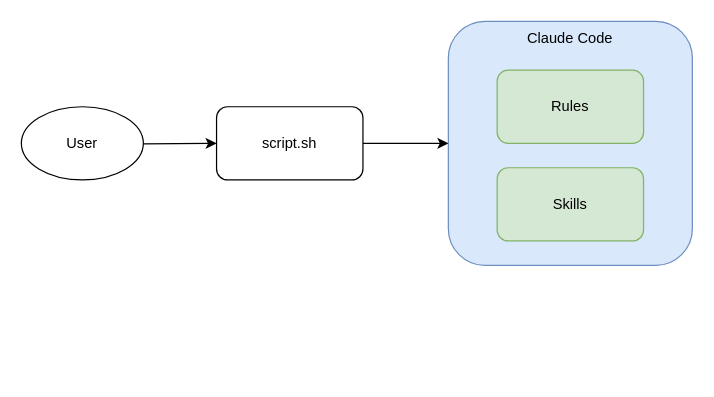
Before: assets/diagrams/diagram.drawio in lezw-1/builder, a draw.io diagram. Source tidied: cells renumbered, new cells numbered last; positions are measured from the earlier drawing's top-left corner, leaving out a move shared by most shapes. Both pictures are drawn from the tidied source at 122%, with x=0, y=0 at pixel (21, 21).
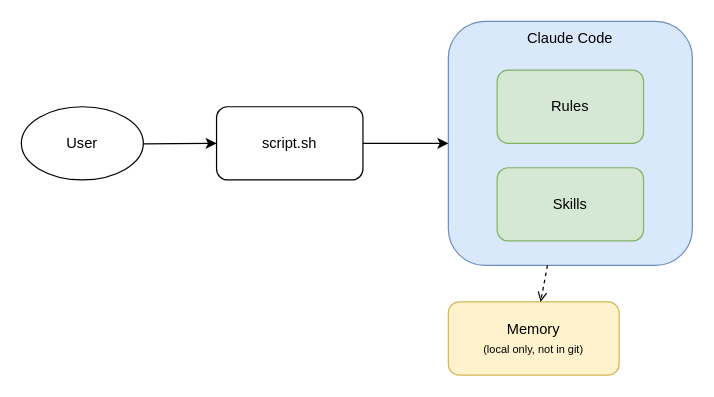
Above is the later version.

Commit message (it also covers changes not shown here):
feat: memory gitignore, diagram update, CI png 200%

Diff of the diagram source:
```diff
@@
 <mxGraphModel>
   <root>
     <mxCell id="0" />
     <mxCell id="1" parent="0" />
     <mxCell id="2" value="User" style="ellipse;whiteSpace=wrap;html=1;" parent="1" vertex="1">
       <mxGeometry y="70" width="100" height="60" as="geometry" />
     </mxCell>
     <mxCell id="3" value="script.sh" style="rounded=1;whiteSpace=wrap;html=1;" parent="1" vertex="1">
       <mxGeometry x="160" y="70" width="120" height="60" as="geometry" />
     </mxCell>
     <mxCell id="4" value="Claude Code" style="rounded=1;whiteSpace=wrap;html=1;fillColor=#dae8fc;strokeColor=#6c8ebf;verticalAlign=top;" parent="1" vertex="1">
       <mxGeometry x="350" width="200" height="200" as="geometry" />
     </mxCell>
     <mxCell id="5" value="Rules" style="rounded=1;whiteSpace=wrap;html=1;fillColor=#d5e8d4;strokeColor=#82b366;" parent="4" vertex="1">
       <mxGeometry x="40" y="40" width="120" height="60" as="geometry" />
     </mxCell>
     <mxCell id="6" value="Skills" style="rounded=1;whiteSpace=wrap;html=1;fillColor=#d5e8d4;strokeColor=#82b366;" parent="4" vertex="1">
       <mxGeometry x="40" y="120" width="120" height="60" as="geometry" />
     </mxCell>
+    <mxCell id="9" value="Memory&lt;br&gt;&lt;font style=&quot;font-size:9px;&quot;&gt;(local only, not in git)&lt;/font&gt;" style="rounded=1;whiteSpace=wrap;html=1;fillColor=#fff2cc;strokeColor=#d6b656;" parent="1" vertex="1">
+      <mxGeometry x="350" y="230" width="140" height="60" as="geometry" />
+    </mxCell>
+    <mxCell id="10" style="dashed=1;endArrow=open;endFill=0;" parent="1" edge="1" source="4" target="9">
+      <mxGeometry relative="1" as="geometry" />
+    </mxCell>
     <mxCell id="7" parent="1" edge="1" source="2" target="3">
       <mxGeometry relative="1" as="geometry" />
     </mxCell>
     <mxCell id="8" parent="1" edge="1" source="3" target="4">
       <mxGeometry relative="1" as="geometry" />
     </mxCell>
   </root>
 </mxGraphModel>
```
